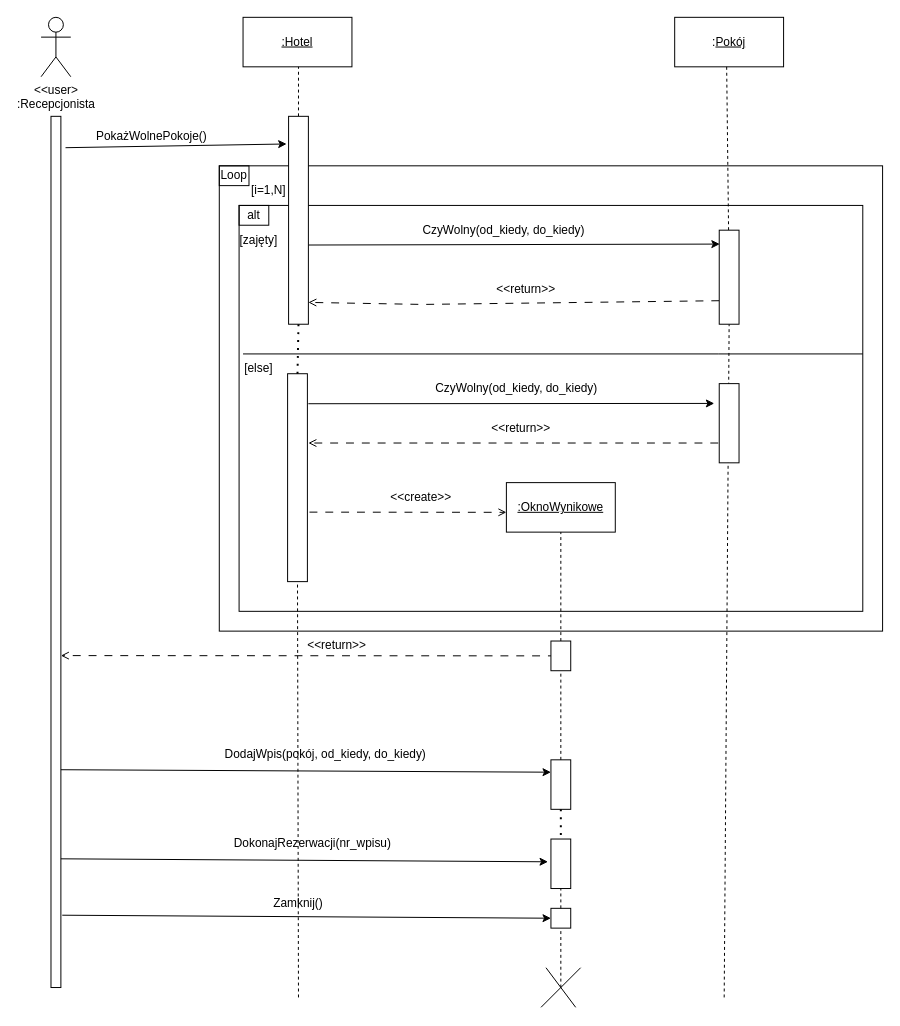
Above: przebieg.drawio in MichjuX/UML_Diagrams (draw.io), before the change. Source tidied: cells renumbered, new cells numbered last; positions are measured from the earlier drawing's top-left corner, leaving out a move shared by most shapes. Both pictures are drawn from the tidied source at 99%, with x=0, y=0 at pixel (41, 17).
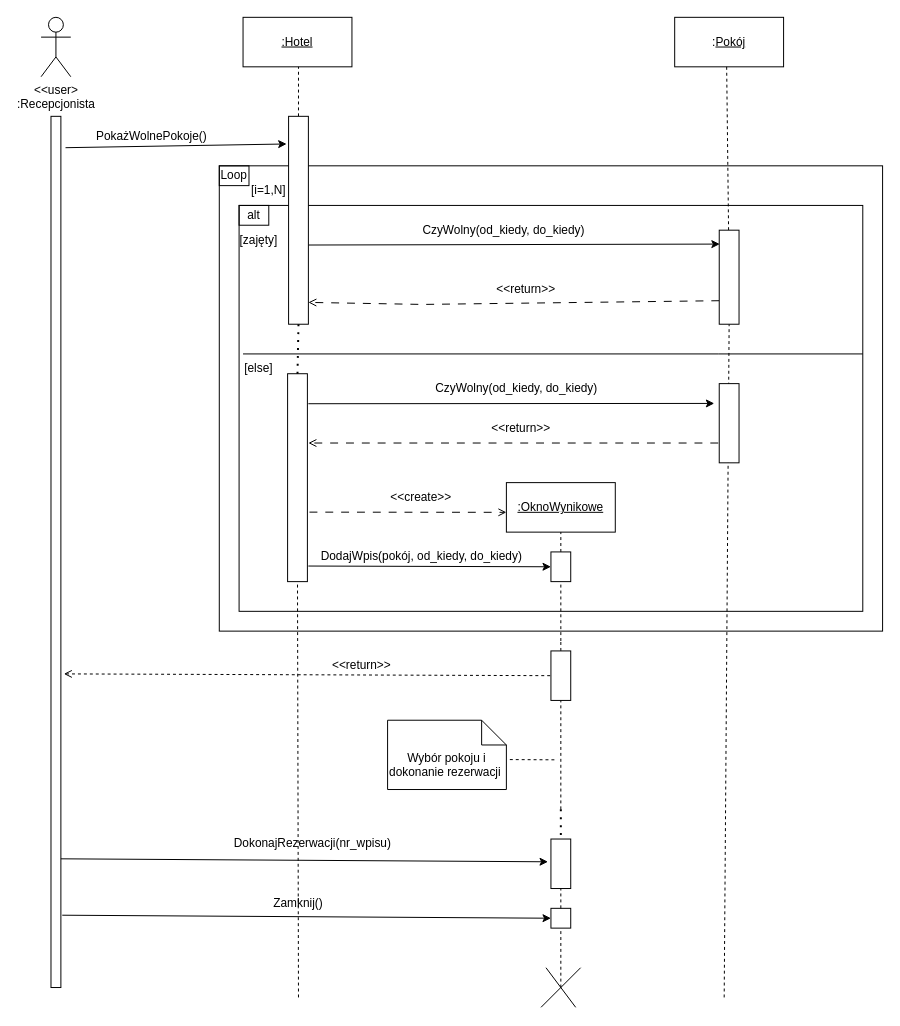
After the change.

Unchanged cells that the change refers to:
```xml
<mxCell id="4" style="html=1;whiteSpace=wrap;" parent="1" vertex="1">
  <mxGeometry x="10" y="100" width="10" height="880" as="geometry" />
</mxCell>
<mxCell id="10" value="&lt;u&gt;:OknoWynikowe&lt;/u&gt;" style="html=1;whiteSpace=wrap;" parent="1" vertex="1">
  <mxGeometry x="470" y="470" width="110" height="50" as="geometry" />
</mxCell>
<mxCell id="37" style="rounded=0;whiteSpace=wrap;html=1;" parent="1" vertex="1">
  <mxGeometry x="249" y="360" width="20" height="210" as="geometry" />
</mxCell>
<mxCell id="40" style="rounded=0;whiteSpace=wrap;html=1;" parent="1" vertex="1">
  <mxGeometry x="515" y="830" width="20" height="50" as="geometry" />
</mxCell>
```

Change to the diagram source:
```diff
@@
-    <mxCell id="27" style="rounded=0;whiteSpace=wrap;html=1;" parent="1" vertex="1">
-      <mxGeometry x="515" y="750" width="20" height="50" as="geometry" />
-    </mxCell>
@@
-    <mxCell id="30" style="endArrow=none;dashed=1;html=1;rounded=0;entryX=0.5;entryY=1;entryDx=0;entryDy=0;exitX=0.5;exitY=0;exitDx=0;exitDy=0;" parent="1" edge="1" source="53" target="10">
+    <mxCell id="30" style="endArrow=none;dashed=1;html=1;rounded=0;entryX=0.5;entryY=1;entryDx=0;entryDy=0;exitX=0.5;exitY=0;exitDx=0;exitDy=0;" parent="1" edge="1" source="56" target="10">
       <mxGeometry relative="1" as="geometry" />
     </mxCell>
@@
-    <mxCell id="34" style="endArrow=classic;html=1;rounded=0;entryX=0;entryY=0.25;entryDx=0;entryDy=0;exitX=1;exitY=0.75;exitDx=0;exitDy=0;" parent="1" edge="1" source="4" target="27">
+    <mxCell id="34" style="endArrow=classic;html=1;rounded=0;entryX=0;entryY=0.5;entryDx=0;entryDy=0;exitX=1.05;exitY=0.925;exitDx=0;exitDy=0;exitPerimeter=0;" parent="1" edge="1" source="37" target="56">
       <mxGeometry relative="1" as="geometry" />
     </mxCell>
     <mxCell id="35" value="DodajWpis(pokój, od_kiedy, do_kiedy)" style="text;html=1;align=center;verticalAlign=middle;whiteSpace=wrap;rounded=0;" parent="1" vertex="1">
-      <mxGeometry x="170" y="730" width="235" height="30" as="geometry" />
+      <mxGeometry x="266.5" y="530" width="235" height="30" as="geometry" />
     </mxCell>
@@
-    <mxCell id="39" style="endArrow=none;dashed=1;html=1;dashPattern=1 3;strokeWidth=2;rounded=0;exitX=0.5;exitY=1;exitDx=0;exitDy=0;entryX=0.5;entryY=0;entryDx=0;entryDy=0;" parent="1" edge="1" source="27" target="40">
-      <mxGeometry relative="1" as="geometry" />
+    <mxCell id="39" style="endArrow=none;dashed=1;html=1;dashPattern=1 3;strokeWidth=2;rounded=0;exitX=0.5;exitY=1;exitDx=0;exitDy=0;entryX=0.5;entryY=0;entryDx=0;entryDy=0;" parent="1" edge="1" target="40">
+      <mxGeometry relative="1" as="geometry">
+        <mxPoint x="525" y="800" as="sourcePoint" />
+      </mxGeometry>
     </mxCell>
@@
-    <mxCell id="51" style="endArrow=open;html=1;rounded=0;entryX=1;entryY=0.619;entryDx=0;entryDy=0;entryPerimeter=0;dashed=1;dashPattern=8 8;endFill=0;" parent="1" edge="1" target="4">
-      <mxGeometry relative="1" as="geometry">
-        <mxPoint x="520" y="645" as="sourcePoint" />
-      </mxGeometry>
-    </mxCell>
-    <mxCell id="52" style="endArrow=none;dashed=1;html=1;rounded=0;entryX=0.5;entryY=1;entryDx=0;entryDy=0;exitX=0.5;exitY=0;exitDx=0;exitDy=0;" parent="1" edge="1" source="27" target="53">
-      <mxGeometry relative="1" as="geometry" />
+    <mxCell id="52" style="endArrow=none;dashed=1;html=1;rounded=0;" parent="1" edge="1" source="60">
+      <mxGeometry relative="1" as="geometry">
+        <mxPoint x="525" y="630" as="targetPoint" />
+      </mxGeometry>
     </mxCell>
-    <mxCell id="53" style="rounded=0;whiteSpace=wrap;html=1;" parent="1" vertex="1">
-      <mxGeometry x="515" y="630" width="20" height="30" as="geometry" />
-    </mxCell>
+    <mxCell id="55" style="endArrow=none;dashed=1;html=1;rounded=0;entryX=0.5;entryY=1;entryDx=0;entryDy=0;exitX=0.5;exitY=0;exitDx=0;exitDy=0;" parent="1" edge="1" target="56">
+      <mxGeometry relative="1" as="geometry">
+        <mxPoint x="525" y="630" as="sourcePoint" />
+      </mxGeometry>
+    </mxCell>
+    <mxCell id="56" style="rounded=0;whiteSpace=wrap;html=1;" parent="1" vertex="1">
+      <mxGeometry x="515" y="540" width="20" height="30" as="geometry" />
+    </mxCell>
+    <mxCell id="57" value="Wybór pokoju i dokonanie rezerwacji&amp;nbsp;" style="shape=note2;boundedLbl=1;whiteSpace=wrap;html=1;size=25;verticalAlign=top;align=center;" parent="1" vertex="1">
+      <mxGeometry x="350" y="710" width="120" height="70" as="geometry" />
+    </mxCell>
+    <mxCell id="58" style="endArrow=none;dashed=1;html=1;rounded=0;exitX=1.029;exitY=0.568;exitDx=0;exitDy=0;exitPerimeter=0;" parent="1" edge="1" source="57">
+      <mxGeometry relative="1" as="geometry">
+        <mxPoint x="520" y="750" as="targetPoint" />
+      </mxGeometry>
+    </mxCell>
+    <mxCell id="59" style="endArrow=none;dashed=1;html=1;rounded=0;" parent="1" edge="1" target="60">
+      <mxGeometry relative="1" as="geometry">
+        <mxPoint x="525" y="800" as="sourcePoint" />
+      </mxGeometry>
+    </mxCell>
+    <mxCell id="60" style="rounded=0;whiteSpace=wrap;html=1;" parent="1" vertex="1">
+      <mxGeometry x="515" y="640" width="20" height="50" as="geometry" />
+    </mxCell>
+    <mxCell id="61" style="endArrow=none;dashed=1;html=1;rounded=0;entryX=0;entryY=0.5;entryDx=0;entryDy=0;exitX=1.3;exitY=0.64;exitDx=0;exitDy=0;exitPerimeter=0;startArrow=open;startFill=0;" parent="1" edge="1" source="4" target="60">
+      <mxGeometry relative="1" as="geometry" />
+    </mxCell>
     <mxCell id="54" value="&amp;lt;&amp;lt;return&amp;gt;&amp;gt;" style="text;html=1;align=center;verticalAlign=middle;whiteSpace=wrap;rounded=0;" parent="1" vertex="1">
-      <mxGeometry x="269" y="620" width="60" height="30" as="geometry" />
+      <mxGeometry x="294" y="640" width="60" height="30" as="geometry" />
     </mxCell>
```
